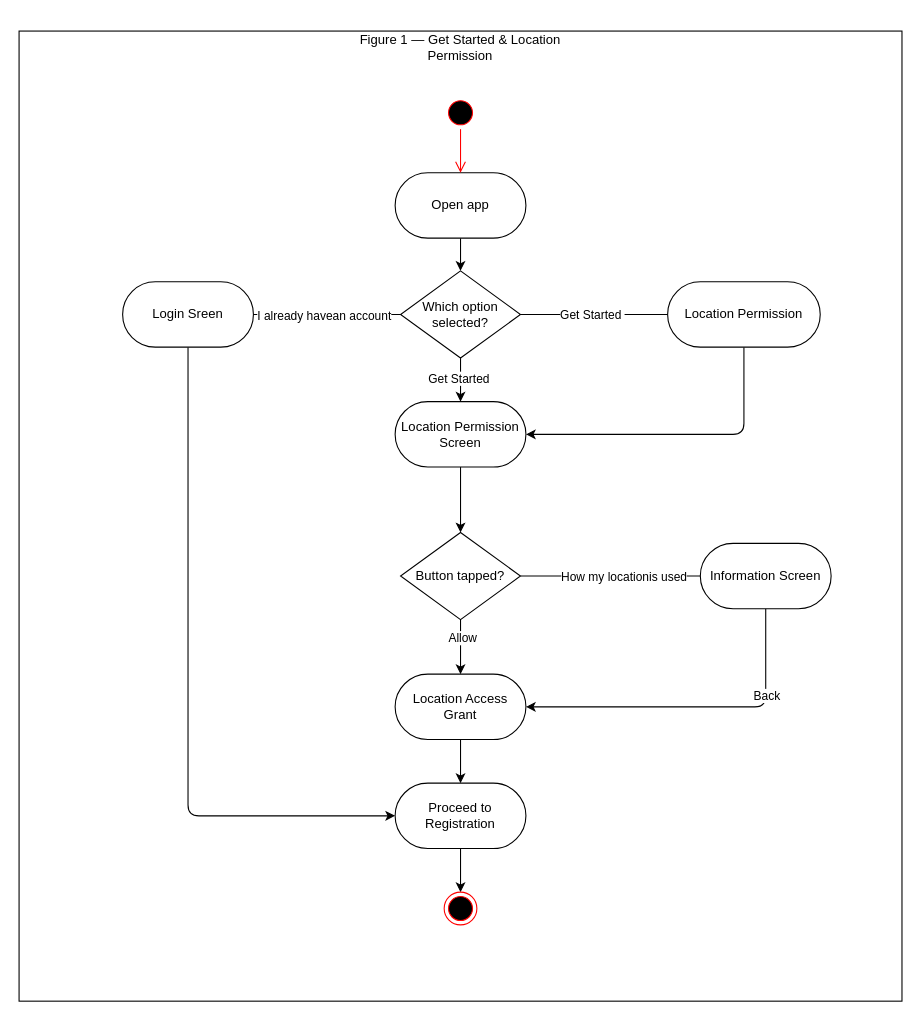
Before: ActivityDiagram_Figure1_USALLA.drawio in Chels013/Breedr-Diagrams, a draw.io diagram. Source tidied: cells renumbered, new cells numbered last; positions are measured from the earlier drawing's top-left corner, leaving out a move shared by most shapes. Both pictures are drawn from the tidied source at 109%, with x=0, y=0 at pixel (19, 31).
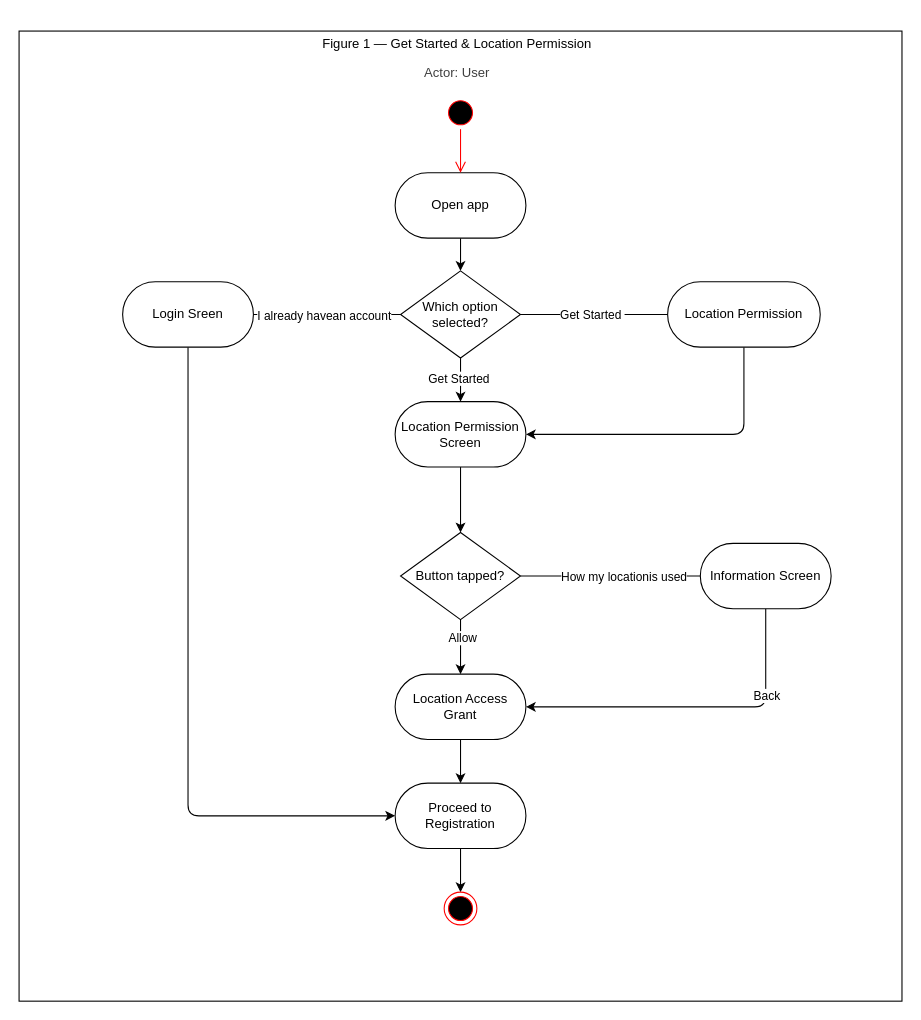
After the change.

Commit message (it also covers changes not shown here):
docs: revise Figure 2 activity diagram labels and layout

Change to the diagram source:
```diff
@@
-    <mxCell id="3" value="&lt;p&gt;Figure 1 — Get Started &amp;amp; Location Permission&lt;/p&gt;" style="text;html=1;align=center;verticalAlign=middle;whiteSpace=wrap;rounded=0;" parent="1" vertex="1">
-      <mxGeometry x="285" width="240" height="30" as="geometry" />
+    <mxCell id="3" value="&lt;p&gt;Figure 1 — Get Started &amp;amp; Location Permission&lt;/p&gt;&lt;p&gt;&lt;span style=&quot;color: rgb(63, 63, 63);&quot;&gt;Actor: User&lt;/span&gt;&lt;/p&gt;" style="text;html=1;align=center;verticalAlign=middle;whiteSpace=wrap;rounded=0;" parent="1" vertex="1">
+      <mxGeometry x="259" y="10" width="286" height="30" as="geometry" />
     </mxCell>
@@
+    <mxCell id="34" value="&lt;p&gt;&lt;br&gt;&lt;/p&gt;" style="text;html=1;align=center;verticalAlign=middle;whiteSpace=wrap;rounded=0;" parent="1" vertex="1">
+      <mxGeometry x="335" y="27" width="125" height="30" as="geometry" />
+    </mxCell>
```
